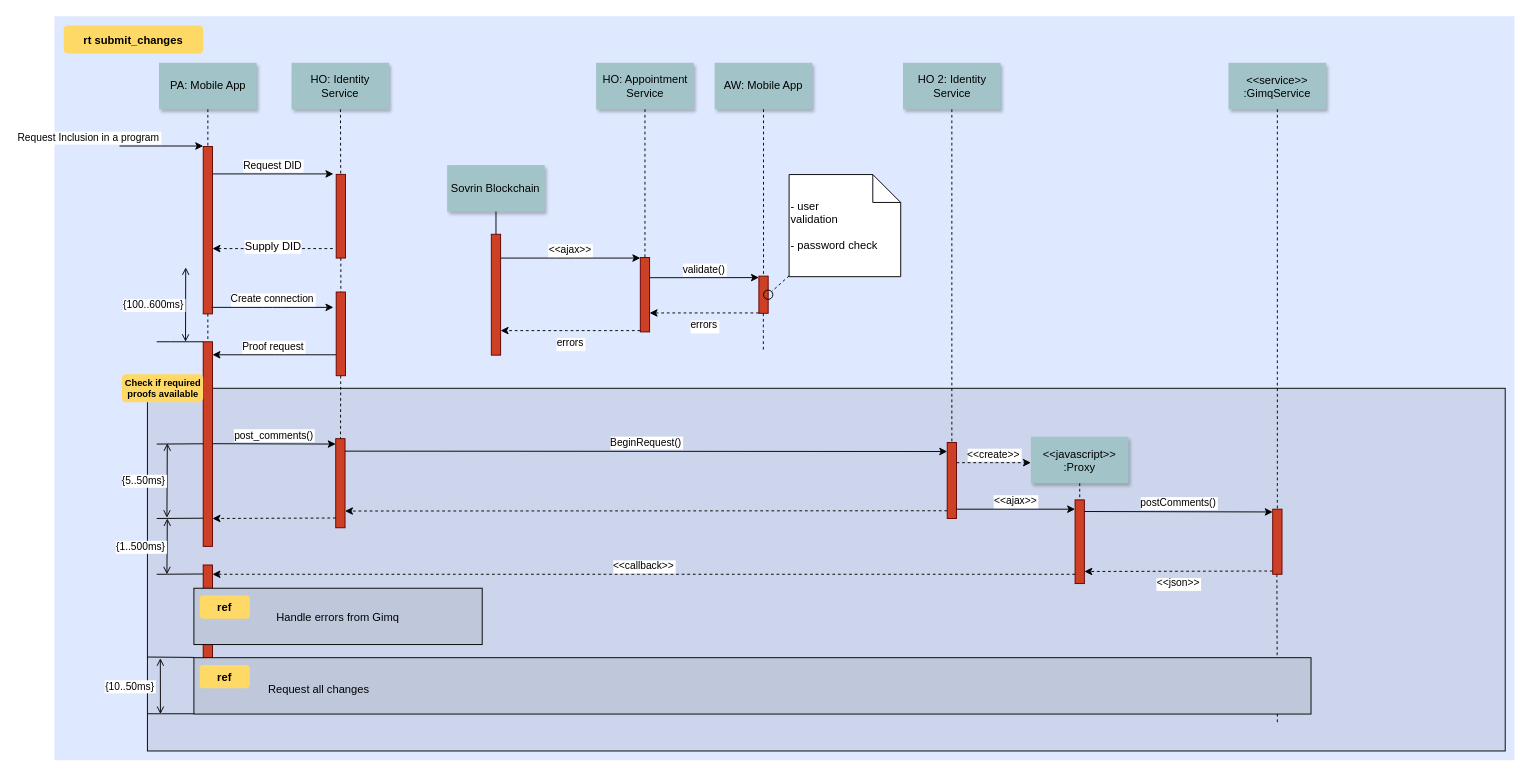
Earlier version of the draw.io diagram Sovrin Sequence Diagram.drawio (nsward/diagrams). Source tidied: cells renumbered, new cells numbered last; positions are measured from the earlier drawing's top-left corner, leaving out a move shared by most shapes. Both pictures are drawn from the tidied source at 93%, with x=0, y=0 at pixel (54, 16).
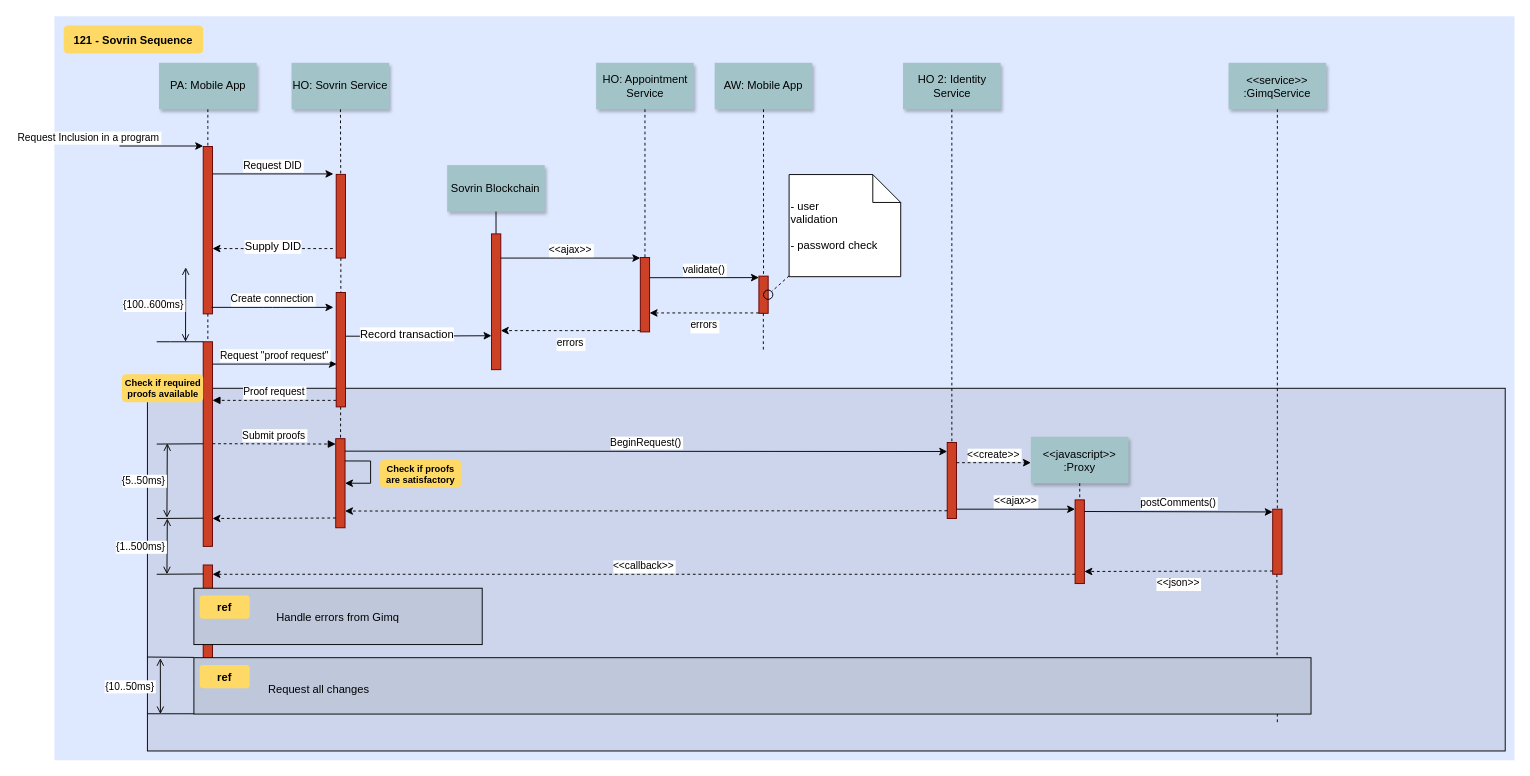
The same page after the edit.

The change refers to these unchanged cells:
```xml
<mxCell id="33" style="fillColor=#CC4125;strokeColor=#660000;" parent="1" vertex="1">
  <mxGeometry x="160" y="350" width="10" height="220" as="geometry" />
</mxCell>
<mxCell id="38" style="fillColor=#CC4125;strokeColor=#660000;" parent="1" vertex="1">
  <mxGeometry x="302.5" y="454.2" width="10" height="95.8" as="geometry" />
</mxCell>
```

Change to the diagram source:
```diff
@@
-    <mxCell id="9" value="HO: Identity Service" style="shadow=1;fillColor=#A2C4C9;strokeColor=none;whiteSpace=wrap;" parent="1" vertex="1">
+    <mxCell id="9" value="HO: Sovrin Service" style="shadow=1;fillColor=#A2C4C9;strokeColor=none;whiteSpace=wrap;" parent="1" vertex="1">
       <mxGeometry x="255" y="50" width="105" height="50" as="geometry" />
     </mxCell>
@@
     <mxCell id="16" style="fillColor=#CC4125;strokeColor=#660000;" parent="1" vertex="1">
-      <mxGeometry x="469.8" y="234.4" width="10" height="130" as="geometry" />
+      <mxGeometry x="470" y="234" width="10" height="146" as="geometry" />
     </mxCell>
@@
-    <mxCell id="34" value="             Proof request" style="edgeStyle=elbowEdgeStyle;elbow=vertical;dashed=0;verticalLabelPosition=top;verticalAlign=bottom;align=right;exitX=0;exitY=0.75;exitDx=0;exitDy=0;" parent="1" edge="1">
+    <mxCell id="34" value="             Proof request" style="edgeStyle=elbowEdgeStyle;elbow=vertical;dashed=1;verticalLabelPosition=top;verticalAlign=bottom;align=center;exitX=0;exitY=0.75;exitDx=0;exitDy=0;endFill=1;endArrow=block;startFill=0;startArrow=none;" parent="1" edge="1">
       <mxGeometry as="geometry">
-        <mxPoint x="303" y="364" as="sourcePoint" />
-        <mxPoint x="170" y="364" as="targetPoint" />
-        <mxPoint x="34" as="offset" />
+        <mxPoint x="303" y="413" as="sourcePoint" />
+        <mxPoint x="170" y="413" as="targetPoint" />
       </mxGeometry>
     </mxCell>
@@
-    <mxCell id="41" value="post_comments()" style="edgeStyle=elbowEdgeStyle;elbow=vertical;verticalLabelPosition=top;verticalAlign=bottom;" parent="1" edge="1">
+    <mxCell id="41" value="Submit proofs" style="edgeStyle=elbowEdgeStyle;elbow=vertical;verticalLabelPosition=top;verticalAlign=bottom;dashed=1;endArrow=block;startArrow=none;endFill=1;startFill=0;" parent="1" edge="1">
       <mxGeometry x="212.5" y="469.6" as="geometry">
         <mxPoint x="170" y="459.6" as="sourcePoint" />
         <mxPoint x="302.5" y="459.6" as="targetPoint" />
       </mxGeometry>
     </mxCell>
@@
-    <mxCell id="58" value="rt submit_changes" style="rounded=1;fontStyle=1;fillColor=#FFD966;strokeColor=none;" parent="1" vertex="1">
+    <mxCell id="58" value="121 - Sovrin Sequence" style="rounded=1;fontStyle=1;fillColor=#FFD966;strokeColor=none;" parent="1" vertex="1">
       <mxGeometry x="10" y="10" width="150" height="30" as="geometry" />
     </mxCell>
@@
+    <mxCell id="76" style="edgeStyle=orthogonalEdgeStyle;rounded=0;jettySize=auto;html=1;entryX=0;entryY=0.75;entryDx=0;entryDy=0;" parent="1" edge="1" source="74" target="16">
+      <mxGeometry relative="1" as="geometry">
+        <Array as="points">
+          <mxPoint x="360" y="344" />
+          <mxPoint x="360" y="344" />
+        </Array>
+      </mxGeometry>
+    </mxCell>
+    <mxCell id="77" value="Record transaction" style="text;html=1;align=center;verticalAlign=middle;labelBackgroundColor=#ffffff;" parent="76" vertex="1">
+      <mxGeometry x="-0.16" y="2" relative="1" as="geometry" />
+    </mxCell>
     <mxCell id="74" style="fillColor=#CC4125;strokeColor=#660000;" parent="1" vertex="1">
-      <mxGeometry x="303" y="296.5" width="10" height="90" as="geometry" />
+      <mxGeometry x="303" y="297" width="10" height="123" as="geometry" />
     </mxCell>
@@
+    <mxCell id="78" style="edgeStyle=orthogonalEdgeStyle;rounded=0;orthogonalLoop=1;jettySize=auto;html=1;exitX=1;exitY=0.25;exitDx=0;exitDy=0;entryX=1;entryY=0.5;entryDx=0;entryDy=0;" parent="1" edge="1" source="38" target="38">
+      <mxGeometry relative="1" as="geometry">
+        <Array as="points">
+          <mxPoint x="340" y="478" />
+          <mxPoint x="340" y="502" />
+        </Array>
+      </mxGeometry>
+    </mxCell>
+    <mxCell id="79" value="Check if proofs are satisfactory" style="rounded=1;fontStyle=1;fillColor=#FFD966;strokeColor=none;whiteSpace=wrap;fontSize=10;" parent="1" vertex="1">
+      <mxGeometry x="350" y="477" width="87.5" height="30" as="geometry" />
+    </mxCell>
+    <mxCell id="80" value="Request &quot;proof request&quot;" style="edgeStyle=elbowEdgeStyle;elbow=vertical;verticalLabelPosition=top;verticalAlign=bottom;entryX=0.06;entryY=0.623;entryDx=0;entryDy=0;entryPerimeter=0;" parent="1" edge="1" source="33" target="74">
+      <mxGeometry x="221.5" y="422.5" as="geometry">
+        <Array as="points">
+          <mxPoint x="280" y="374" />
+        </Array>
+      </mxGeometry>
+    </mxCell>
```
